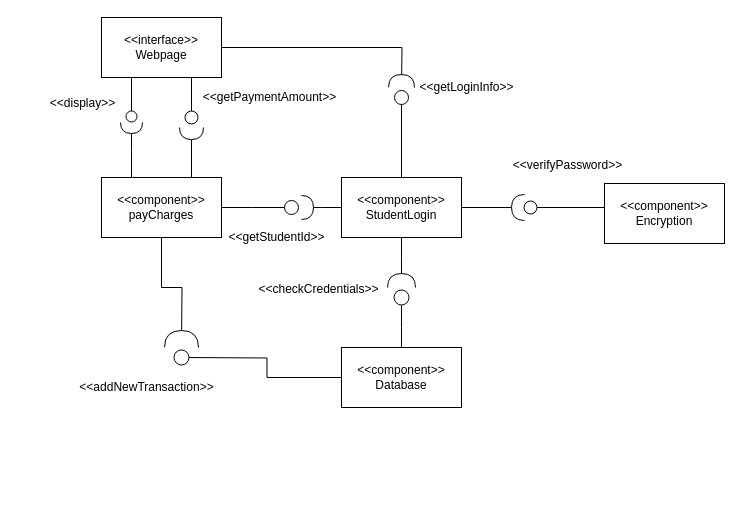
The draw.io diagram page "payCharges" (3 of 8) of DesignDocument1.drawio in ImBrent/ClassWork, before the edit. Source tidied: cells renumbered, new cells numbered last; positions are measured from the earlier drawing's top-left corner, leaving out a move shared by most shapes. Both pictures are drawn from the tidied source at 100%, with x=0, y=0 at pixel (44, 17).
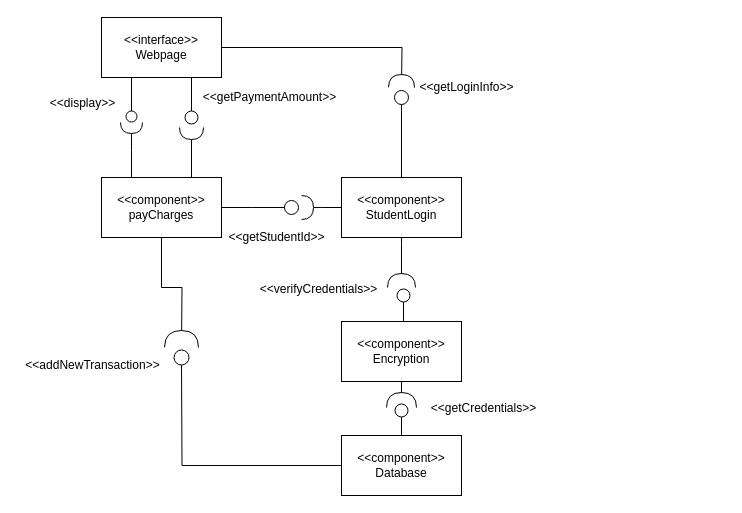
Above is the later version.

Unchanged cells that the change refers to:
```xml
<mxCell id="16" value="&lt;div&gt;&amp;lt;&amp;lt;component&amp;gt;&amp;gt;&lt;/div&gt;&lt;div&gt;StudentLogin&lt;br&gt;&lt;/div&gt;" style="rounded=0;whiteSpace=wrap;html=1;" parent="1" vertex="1">
  <mxGeometry x="297" y="160" width="120" height="60" as="geometry" />
</mxCell>
```

What changed in the source:
```diff
@@
     <mxCell id="14" style="edgeStyle=orthogonalEdgeStyle;rounded=0;jettySize=auto;html=1;exitX=0.5;exitY=1;exitDx=0;exitDy=0;startArrow=none;startFill=0;startSize=14;endArrow=halfCircle;endFill=0;endSize=12;" parent="1" edge="1" source="16">
       <mxGeometry relative="1" as="geometry">
         <mxPoint x="357" y="270" as="targetPoint" />
+        <Array as="points">
+          <mxPoint x="357" y="226" />
+          <mxPoint x="357" y="226" />
+        </Array>
       </mxGeometry>
     </mxCell>
-    <mxCell id="15" style="edgeStyle=orthogonalEdgeStyle;rounded=0;jettySize=auto;html=1;exitX=1;exitY=0.5;exitDx=0;exitDy=0;endArrow=halfCircle;endFill=0;endSize=11;" parent="1" edge="1" source="16">
-      <mxGeometry relative="1" as="geometry">
-        <mxPoint x="480" y="190" as="targetPoint" />
-      </mxGeometry>
-    </mxCell>
@@
-    <mxCell id="19" style="edgeStyle=orthogonalEdgeStyle;rounded=0;jettySize=auto;html=1;exitX=0.5;exitY=0;exitDx=0;exitDy=0;startArrow=none;startFill=0;startSize=14;endArrow=oval;endFill=0;endSize=15;" parent="1" edge="1" source="21">
-      <mxGeometry relative="1" as="geometry">
-        <mxPoint x="357" y="280" as="targetPoint" />
-      </mxGeometry>
-    </mxCell>
@@
+    <mxCell id="28" style="edgeStyle=orthogonalEdgeStyle;rounded=0;jettySize=auto;html=1;exitX=0.5;exitY=0;exitDx=0;exitDy=0;endArrow=oval;endFill=0;endSize=13;strokeWidth=1;" parent="1" edge="1" source="21">
+      <mxGeometry relative="1" as="geometry">
+        <mxPoint x="357" y="393" as="targetPoint" />
+      </mxGeometry>
+    </mxCell>
     <mxCell id="21" value="&lt;div&gt;&amp;lt;&amp;lt;component&amp;gt;&amp;gt;&lt;/div&gt;&lt;div&gt;Database&lt;br&gt;&lt;/div&gt;" style="rounded=0;whiteSpace=wrap;html=1;" parent="1" vertex="1">
-      <mxGeometry x="297" y="330" width="120" height="60" as="geometry" />
+      <mxGeometry x="297" y="418" width="120" height="60" as="geometry" />
     </mxCell>
-    <mxCell id="22" style="edgeStyle=orthogonalEdgeStyle;rounded=0;jettySize=auto;html=1;exitX=0;exitY=0.4;exitDx=0;exitDy=0;endArrow=oval;endFill=0;endSize=13;exitPerimeter=0;" parent="1" edge="1" source="23">
-      <mxGeometry relative="1" as="geometry">
-        <mxPoint x="486" y="190" as="targetPoint" />
-      </mxGeometry>
-    </mxCell>
+    <mxCell id="29" style="edgeStyle=orthogonalEdgeStyle;rounded=0;jettySize=auto;html=1;exitX=0.5;exitY=0;exitDx=0;exitDy=0;endArrow=oval;endFill=0;endSize=13;strokeWidth=1;" parent="1" edge="1" source="23">
+      <mxGeometry relative="1" as="geometry">
+        <mxPoint x="359" y="278" as="targetPoint" />
+      </mxGeometry>
+    </mxCell>
+    <mxCell id="30" style="edgeStyle=orthogonalEdgeStyle;rounded=0;jettySize=auto;html=1;exitX=0.5;exitY=1;exitDx=0;exitDy=0;endArrow=halfCircle;endFill=0;endSize=13;strokeWidth=1;" parent="1" edge="1" source="23">
+      <mxGeometry relative="1" as="geometry">
+        <mxPoint x="357" y="390" as="targetPoint" />
+      </mxGeometry>
+    </mxCell>
     <mxCell id="23" value="&lt;div&gt;&amp;lt;&amp;lt;component&amp;gt;&amp;gt;&lt;/div&gt;&lt;div&gt;Encryption&lt;br&gt;&lt;/div&gt;" style="rounded=0;whiteSpace=wrap;html=1;" parent="1" vertex="1">
-      <mxGeometry x="560" y="166" width="120" height="60" as="geometry" />
+      <mxGeometry x="297" y="304" width="120" height="60" as="geometry" />
     </mxCell>
-    <mxCell id="24" value="&amp;lt;&amp;lt;verifyPassword&amp;gt;&amp;gt;" style="text;html=1;align=center;verticalAlign=middle;" parent="1" vertex="1">
-      <mxGeometry x="460" y="139" width="125" height="18" as="geometry" />
-    </mxCell>
-    <mxCell id="25" value="&amp;lt;&amp;lt;checkCredentials&amp;gt;&amp;gt;" style="text;html=1;align=center;verticalAlign=middle;" parent="1" vertex="1">
-      <mxGeometry x="207" y="263" width="134" height="18" as="geometry" />
+    <mxCell id="25" value="&amp;lt;&amp;lt;verifyCredentials&amp;gt;&amp;gt;" style="text;html=1;align=center;verticalAlign=middle;" parent="1" vertex="1">
+      <mxGeometry x="205" y="263" width="138" height="18" as="geometry" />
     </mxCell>
     <mxCell id="26" value="&amp;lt;&amp;lt;addNewTransaction&amp;gt;&amp;gt;" style="text;html=1;align=center;verticalAlign=middle;" parent="1" vertex="1">
-      <mxGeometry x="27" y="360" width="150" height="20" as="geometry" />
+      <mxGeometry x="-27" y="338" width="150" height="20" as="geometry" />
     </mxCell>
@@
+    <mxCell id="31" value="&amp;lt;&amp;lt;getCredentials&amp;gt;&amp;gt;" style="text;html=1;align=center;verticalAlign=middle;" parent="1" vertex="1">
+      <mxGeometry x="376" y="382" width="125" height="18" as="geometry" />
+    </mxCell>
```
